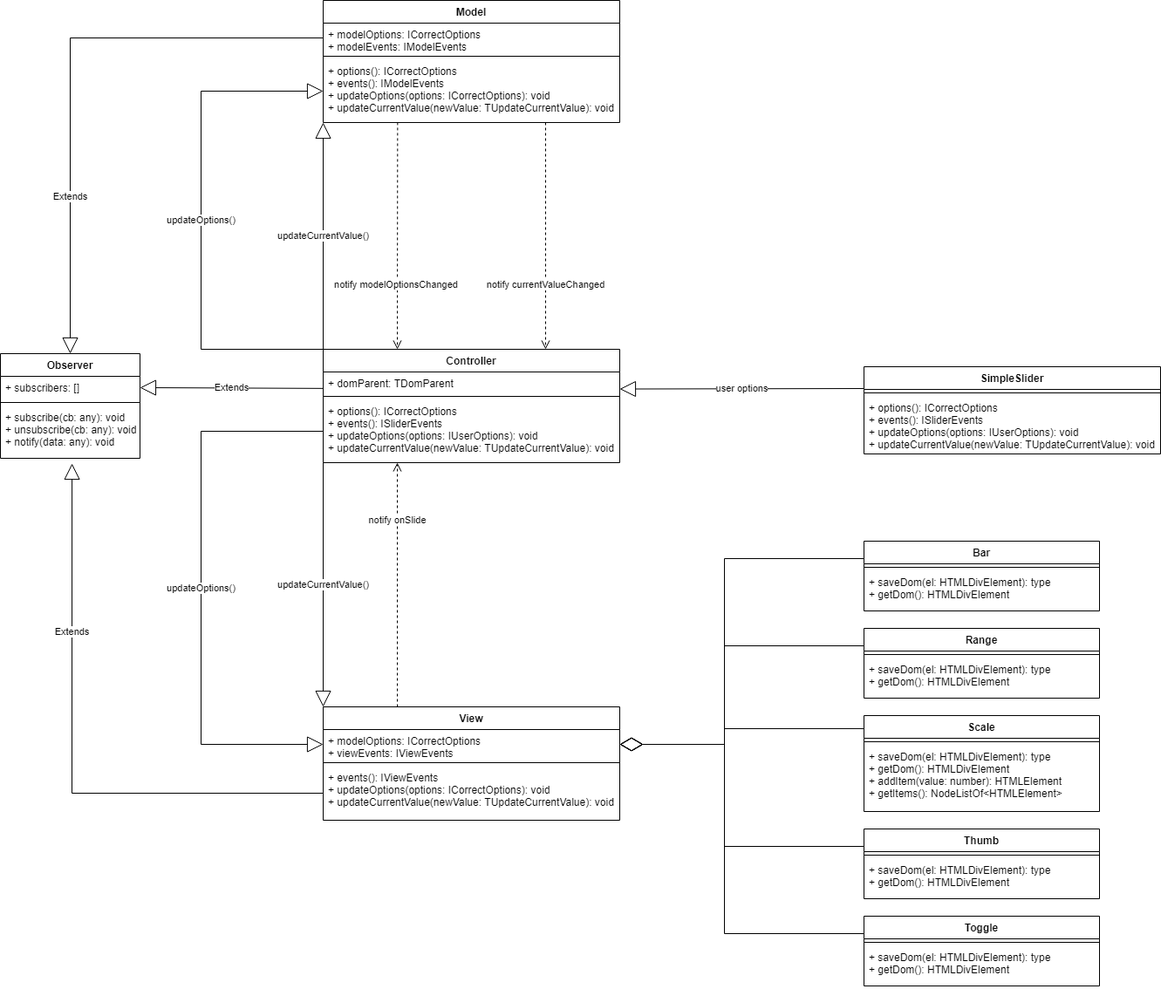
Before: UML SimpleSlider.png, a diagram exported from draw.io (TimofeySyrov/simpleSlider). Source tidied: cells renumbered, new cells last; positions are measured from the earlier drawing's top-left corner, leaving out a move shared by most shapes.
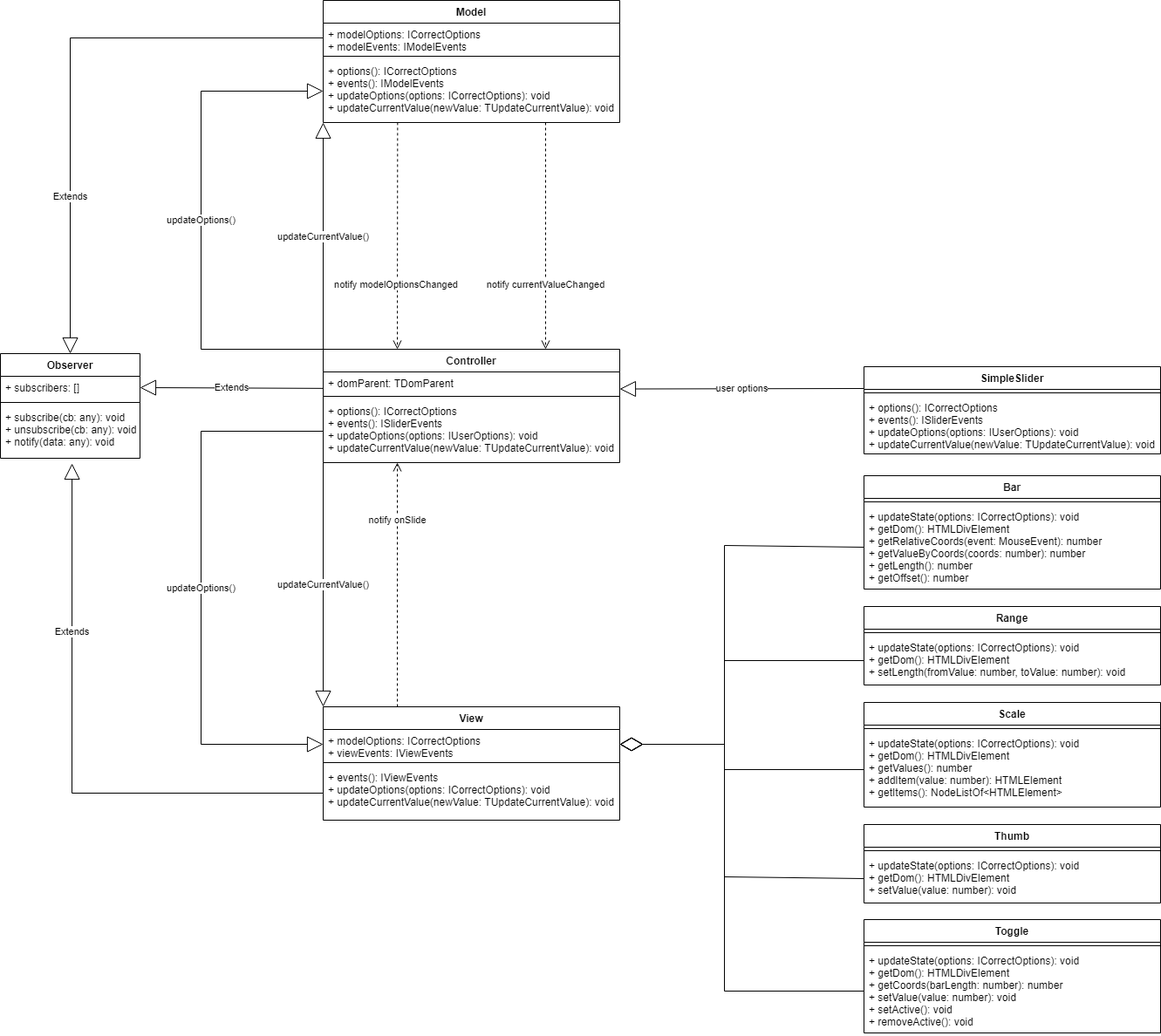
Above is the later version.

Commit message:
Обновление UML диаграммы #6

What changed in the source:
```diff
@@ -51,49 +51,49 @@
       <mxGeometry y="68" width="340" height="62" as="geometry" />
     </mxCell>
     <mxCell id="18" value="Bar" style="swimlane;fontStyle=1;align=center;verticalAlign=top;horizontal=1;startSize=26;" parent="1" vertex="1">
-      <mxGeometry x="990" y="620" width="270" height="80" as="geometry" />
+      <mxGeometry x="990" y="545" width="340" height="130" as="geometry" />
     </mxCell>
     <mxCell id="19" style="line;strokeWidth=1;fillColor=none;align=left;verticalAlign=middle;spacingTop=-1;spacingLeft=3;spacingRight=3;labelPosition=right;" parent="18" vertex="1">
-      <mxGeometry y="26" width="270" height="8" as="geometry" />
+      <mxGeometry y="26" width="340" height="8" as="geometry" />
     </mxCell>
-    <mxCell id="20" value="+ saveDom(el: HTMLDivElement): type&#10;+ getDom(): HTMLDivElement" style="text;strokeColor=none;fillColor=none;align=left;verticalAlign=top;spacingLeft=4;spacingRight=4;overflow=hidden;points=[[0,0.5],[1,0.5]];portConstraint=eastwest;" parent="18" vertex="1">
-      <mxGeometry y="34" width="270" height="46" as="geometry" />
+    <mxCell id="20" value="+ updateState(options: ICorrectOptions): void&#10;+ getDom(): HTMLDivElement&#10;+ getRelativeCoords(event: MouseEvent): number&#10;+ getValueByCoords(coords: number): number&#10;+ getLength(): number&#10;+ getOffset(): number " style="text;strokeColor=none;fillColor=none;align=left;verticalAlign=top;spacingLeft=4;spacingRight=4;overflow=hidden;points=[[0,0.5],[1,0.5]];portConstraint=eastwest;" parent="18" vertex="1">
+      <mxGeometry y="34" width="340" height="96" as="geometry" />
     </mxCell>
     <mxCell id="21" value="Range" style="swimlane;fontStyle=1;align=center;verticalAlign=top;horizontal=1;startSize=26;" parent="1" vertex="1">
-      <mxGeometry x="990" y="720" width="270" height="80" as="geometry" />
+      <mxGeometry x="990" y="695" width="340" height="90" as="geometry" />
     </mxCell>
     <mxCell id="22" style="line;strokeWidth=1;fillColor=none;align=left;verticalAlign=middle;spacingTop=-1;spacingLeft=3;spacingRight=3;labelPosition=right;" parent="21" vertex="1">
-      <mxGeometry y="26" width="270" height="8" as="geometry" />
+      <mxGeometry y="26" width="340" height="8" as="geometry" />
     </mxCell>
-    <mxCell id="23" value="+ saveDom(el: HTMLDivElement): type&#10;+ getDom(): HTMLDivElement" style="text;strokeColor=none;fillColor=none;align=left;verticalAlign=top;spacingLeft=4;spacingRight=4;overflow=hidden;points=[[0,0.5],[1,0.5]];portConstraint=eastwest;" parent="21" vertex="1">
-      <mxGeometry y="34" width="270" height="46" as="geometry" />
+    <mxCell id="23" value="+ updateState(options: ICorrectOptions): void&#10;+ getDom(): HTMLDivElement&#10;+ setLength(fromValue: number, toValue: number): void" style="text;strokeColor=none;fillColor=none;align=left;verticalAlign=top;spacingLeft=4;spacingRight=4;overflow=hidden;points=[[0,0.5],[1,0.5]];portConstraint=eastwest;" parent="21" vertex="1">
+      <mxGeometry y="34" width="340" height="56" as="geometry" />
     </mxCell>
     <mxCell id="24" value="Scale" style="swimlane;fontStyle=1;align=center;verticalAlign=top;horizontal=1;startSize=26;" parent="1" vertex="1">
-      <mxGeometry x="990" y="820" width="270" height="110" as="geometry" />
+      <mxGeometry x="990" y="805" width="340" height="120" as="geometry" />
     </mxCell>
     <mxCell id="25" style="line;strokeWidth=1;fillColor=none;align=left;verticalAlign=middle;spacingTop=-1;spacingLeft=3;spacingRight=3;labelPosition=right;" parent="24" vertex="1">
-      <mxGeometry y="26" width="270" height="8" as="geometry" />
+      <mxGeometry y="26" width="340" height="8" as="geometry" />
     </mxCell>
-    <mxCell id="26" value="+ saveDom(el: HTMLDivElement): type&#10;+ getDom(): HTMLDivElement&#10;+ addItem(value: number): HTMLElement&#10;+ getItems(): NodeListOf&lt;HTMLElement&gt;" style="text;strokeColor=none;fillColor=none;align=left;verticalAlign=top;spacingLeft=4;spacingRight=4;overflow=hidden;points=[[0,0.5],[1,0.5]];portConstraint=eastwest;" parent="24" vertex="1">
-      <mxGeometry y="34" width="270" height="76" as="geometry" />
+    <mxCell id="26" value="+ updateState(options: ICorrectOptions): void&lt;br&gt;+ getDom(): HTMLDivElement&lt;br&gt;+ getValues(): number&lt;br&gt;+ addItem(value: number): HTMLElement&lt;br&gt;+ getItems(): NodeListOf&amp;lt;HTMLElement&amp;gt;" style="text;strokeColor=none;fillColor=none;align=left;verticalAlign=top;spacingLeft=4;spacingRight=4;overflow=hidden;points=[[0,0.5],[1,0.5]];portConstraint=eastwest;html=1;" parent="24" vertex="1">
+      <mxGeometry y="34" width="340" height="86" as="geometry" />
     </mxCell>
     <mxCell id="27" value="Thumb" style="swimlane;fontStyle=1;align=center;verticalAlign=top;horizontal=1;startSize=26;" parent="1" vertex="1">
-      <mxGeometry x="990" y="950" width="270" height="80" as="geometry" />
+      <mxGeometry x="990" y="945" width="340" height="90" as="geometry" />
     </mxCell>
     <mxCell id="28" style="line;strokeWidth=1;fillColor=none;align=left;verticalAlign=middle;spacingTop=-1;spacingLeft=3;spacingRight=3;labelPosition=right;" parent="27" vertex="1">
-      <mxGeometry y="26" width="270" height="8" as="geometry" />
+      <mxGeometry y="26" width="340" height="8" as="geometry" />
     </mxCell>
-    <mxCell id="29" value="+ saveDom(el: HTMLDivElement): type&#10;+ getDom(): HTMLDivElement" style="text;strokeColor=none;fillColor=none;align=left;verticalAlign=top;spacingLeft=4;spacingRight=4;overflow=hidden;points=[[0,0.5],[1,0.5]];portConstraint=eastwest;" parent="27" vertex="1">
-      <mxGeometry y="34" width="270" height="46" as="geometry" />
+    <mxCell id="29" value="+ updateState(options: ICorrectOptions): void&#10;+ getDom(): HTMLDivElement&#10;+ setValue(value: number): void" style="text;strokeColor=none;fillColor=none;align=left;verticalAlign=top;spacingLeft=4;spacingRight=4;overflow=hidden;points=[[0,0.5],[1,0.5]];portConstraint=eastwest;" parent="27" vertex="1">
+      <mxGeometry y="34" width="340" height="56" as="geometry" />
     </mxCell>
     <mxCell id="30" value="Toggle" style="swimlane;fontStyle=1;align=center;verticalAlign=top;horizontal=1;startSize=26;" parent="1" vertex="1">
-      <mxGeometry x="990" y="1050" width="270" height="80" as="geometry" />
+      <mxGeometry x="990" y="1054" width="340" height="130" as="geometry" />
     </mxCell>
     <mxCell id="31" style="line;strokeWidth=1;fillColor=none;align=left;verticalAlign=middle;spacingTop=-1;spacingLeft=3;spacingRight=3;labelPosition=right;" parent="30" vertex="1">
-      <mxGeometry y="26" width="270" height="8" as="geometry" />
+      <mxGeometry y="26" width="340" height="8" as="geometry" />
     </mxCell>
-    <mxCell id="32" value="+ saveDom(el: HTMLDivElement): type&#10;+ getDom(): HTMLDivElement" style="text;strokeColor=none;fillColor=none;align=left;verticalAlign=top;spacingLeft=4;spacingRight=4;overflow=hidden;points=[[0,0.5],[1,0.5]];portConstraint=eastwest;" parent="30" vertex="1">
-      <mxGeometry y="34" width="270" height="46" as="geometry" />
+    <mxCell id="32" value="+ updateState(options: ICorrectOptions): void&#10;+ getDom(): HTMLDivElement&#10;+ getCoords(barLength: number): number&#10;+ setValue(value: number): void&#10;+ setActive(): void&#10;+ removeActive(): void" style="text;strokeColor=none;fillColor=none;align=left;verticalAlign=top;spacingLeft=4;spacingRight=4;overflow=hidden;points=[[0,0.5],[1,0.5]];portConstraint=eastwest;" parent="30" vertex="1">
+      <mxGeometry y="34" width="340" height="96" as="geometry" />
     </mxCell>
     <mxCell id="33" value="Extends" style="endArrow=block;endSize=16;endFill=0;html=1;strokeColor=default;rounded=0;entryX=1;entryY=0.5;entryDx=0;entryDy=0;exitX=0;exitY=0.786;exitDx=0;exitDy=0;exitPerimeter=0;" parent="1" edge="1" source="11" target="3">
       <mxGeometry relative="1" as="geometry" />
@@ -156,42 +156,42 @@
     <mxCell id="46" value="updateCurrentValue()" style="endArrow=block;endSize=16;endFill=0;html=1;strokeColor=default;exitX=0;exitY=0;exitDx=0;exitDy=0;entryX=0;entryY=1;entryDx=0;entryDy=0;" parent="1" edge="1" source="10" target="6">
       <mxGeometry relative="1" as="geometry" />
     </mxCell>
-    <mxCell id="47" style="endArrow=diamondThin;endFill=0;endSize=24;html=1;exitX=0;exitY=0.25;exitDx=0;exitDy=0;entryX=1;entryY=0.5;entryDx=0;entryDy=0;rounded=0;" parent="1" edge="1" source="18" target="15">
+    <mxCell id="47" style="endArrow=diamondThin;endFill=0;endSize=24;html=1;exitX=0;exitY=0.5;exitDx=0;exitDy=0;entryX=1;entryY=0.5;entryDx=0;entryDy=0;rounded=0;" parent="1" edge="1" source="20" target="15">
       <mxGeometry relative="1" as="geometry">
         <Array as="points">
-          <mxPoint x="830" y="640" />
+          <mxPoint x="830" y="625" />
           <mxPoint x="830" y="853" />
         </Array>
       </mxGeometry>
     </mxCell>
-    <mxCell id="48" style="endArrow=diamondThin;endFill=0;endSize=24;html=1;exitX=0;exitY=0.25;exitDx=0;exitDy=0;entryX=1;entryY=0.5;entryDx=0;entryDy=0;rounded=0;" parent="1" edge="1" source="21" target="15">
+    <mxCell id="48" style="endArrow=diamondThin;endFill=0;endSize=24;html=1;exitX=0;exitY=0.5;exitDx=0;exitDy=0;entryX=1;entryY=0.5;entryDx=0;entryDy=0;rounded=0;" parent="1" edge="1" source="23" target="15">
       <mxGeometry relative="1" as="geometry">
         <Array as="points">
-          <mxPoint x="830" y="740" />
+          <mxPoint x="830" y="757" />
           <mxPoint x="830" y="853" />
         </Array>
       </mxGeometry>
     </mxCell>
-    <mxCell id="49" style="endArrow=diamondThin;endFill=0;endSize=24;html=1;exitX=0;exitY=0.136;exitDx=0;exitDy=0;entryX=1;entryY=0.5;entryDx=0;entryDy=0;rounded=0;exitPerimeter=0;" parent="1" edge="1" source="24" target="15">
+    <mxCell id="49" style="endArrow=diamondThin;endFill=0;endSize=24;html=1;exitX=0;exitY=0.5;exitDx=0;exitDy=0;entryX=1;entryY=0.5;entryDx=0;entryDy=0;rounded=0;" parent="1" edge="1" source="26" target="15">
       <mxGeometry relative="1" as="geometry">
         <Array as="points">
-          <mxPoint x="830" y="835" />
+          <mxPoint x="830" y="882" />
           <mxPoint x="830" y="853" />
         </Array>
       </mxGeometry>
     </mxCell>
-    <mxCell id="50" style="endArrow=diamondThin;endFill=0;endSize=24;html=1;exitX=0;exitY=0.25;exitDx=0;exitDy=0;entryX=1;entryY=0.5;entryDx=0;entryDy=0;rounded=0;" parent="1" edge="1" source="27" target="15">
+    <mxCell id="50" style="endArrow=diamondThin;endFill=0;endSize=24;html=1;exitX=0;exitY=0.5;exitDx=0;exitDy=0;entryX=1;entryY=0.5;entryDx=0;entryDy=0;rounded=0;" parent="1" edge="1" source="29" target="15">
       <mxGeometry relative="1" as="geometry">
         <Array as="points">
-          <mxPoint x="830" y="970" />
+          <mxPoint x="830" y="1005" />
           <mxPoint x="830" y="853" />
         </Array>
       </mxGeometry>
     </mxCell>
-    <mxCell id="51" style="endArrow=diamondThin;endFill=0;endSize=24;html=1;exitX=0;exitY=0.25;exitDx=0;exitDy=0;entryX=1;entryY=0.5;entryDx=0;entryDy=0;rounded=0;" parent="1" edge="1" source="30" target="15">
+    <mxCell id="51" style="endArrow=diamondThin;endFill=0;endSize=24;html=1;exitX=0;exitY=0.5;exitDx=0;exitDy=0;entryX=1;entryY=0.5;entryDx=0;entryDy=0;rounded=0;" parent="1" edge="1" source="32" target="15">
       <mxGeometry relative="1" as="geometry">
         <Array as="points">
-          <mxPoint x="830" y="1070" />
+          <mxPoint x="830" y="1136" />
           <mxPoint x="830" y="853" />
         </Array>
       </mxGeometry>
```
